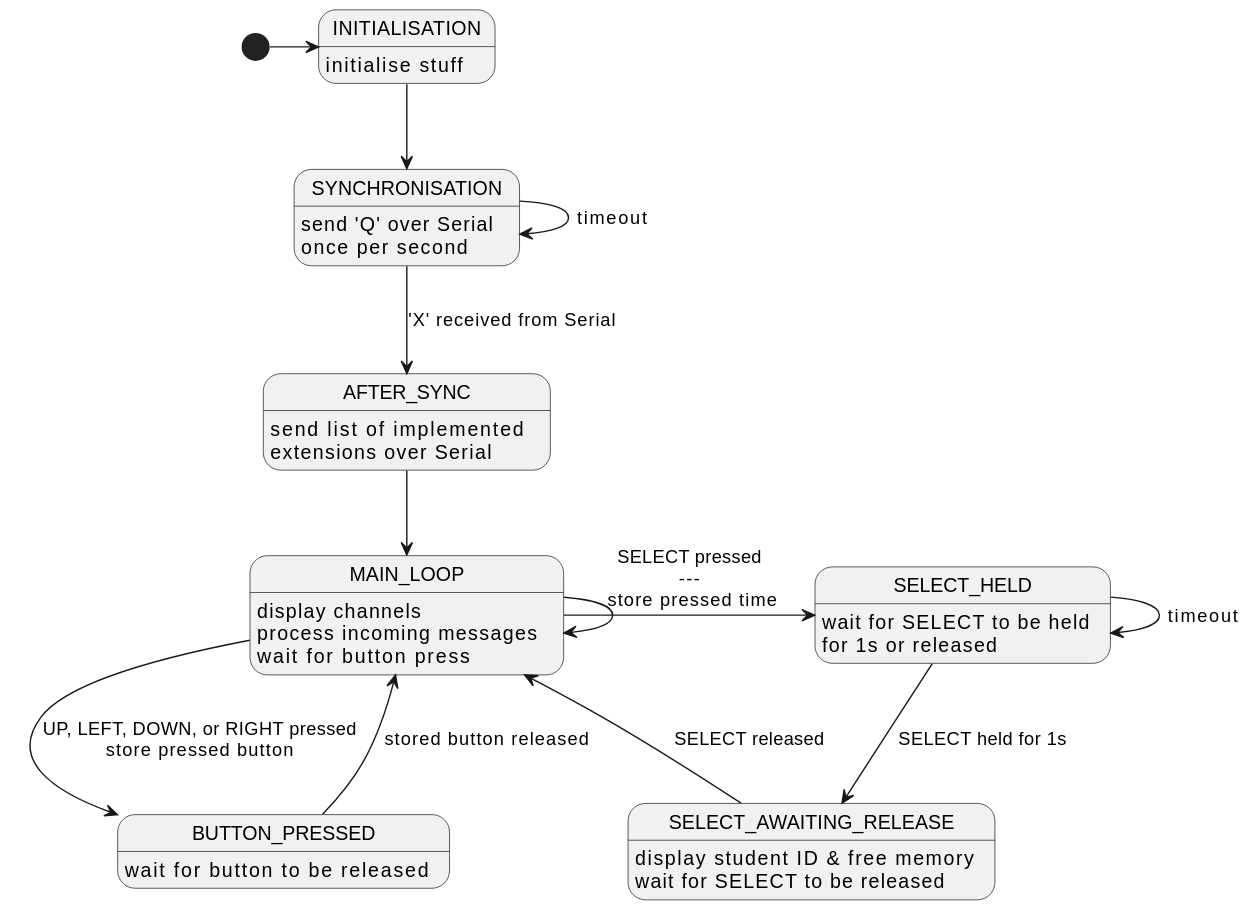
Above: fsm/main_fsm.svg in koolskateguy89/arduino_21coa202_cw (PlantUML), before the change. The source it was exported from:
```plantuml
@startuml
hide empty description

INITIALISATION: initialise stuff
SYNCHRONISATION: send 'Q' over Serial \nonce per second
AFTER_SYNC: send list of implemented \nextensions over Serial
MAIN_LOOP: display channels \nprocess incoming messages \nwait for button press
SELECT_HELD: wait for SELECT to be held\nfor 1s or released
SELECT_AWAITING_RELEASE: display student ID & free memory\nwait for SELECT to be released
BUTTON_PRESSED: wait for button to be released

[*] -> INITIALISATION
INITIALISATION --> SYNCHRONISATION
SYNCHRONISATION --> SYNCHRONISATION: timeout
SYNCHRONISATION --> AFTER_SYNC: 'X' received from Serial
AFTER_SYNC --> MAIN_LOOP

MAIN_LOOP --> MAIN_LOOP

MAIN_LOOP -right> SELECT_HELD: SELECT pressed\n---\n store pressed time
MAIN_LOOP -> BUTTON_PRESSED: UP, LEFT, DOWN, or RIGHT pressed\nstore pressed button

SELECT_HELD --> SELECT_HELD: timeout
SELECT_HELD --> SELECT_AWAITING_RELEASE: SELECT held for 1s
SELECT_AWAITING_RELEASE --> MAIN_LOOP: SELECT released

BUTTON_PRESSED --> MAIN_LOOP: stored button released
@enduml
```
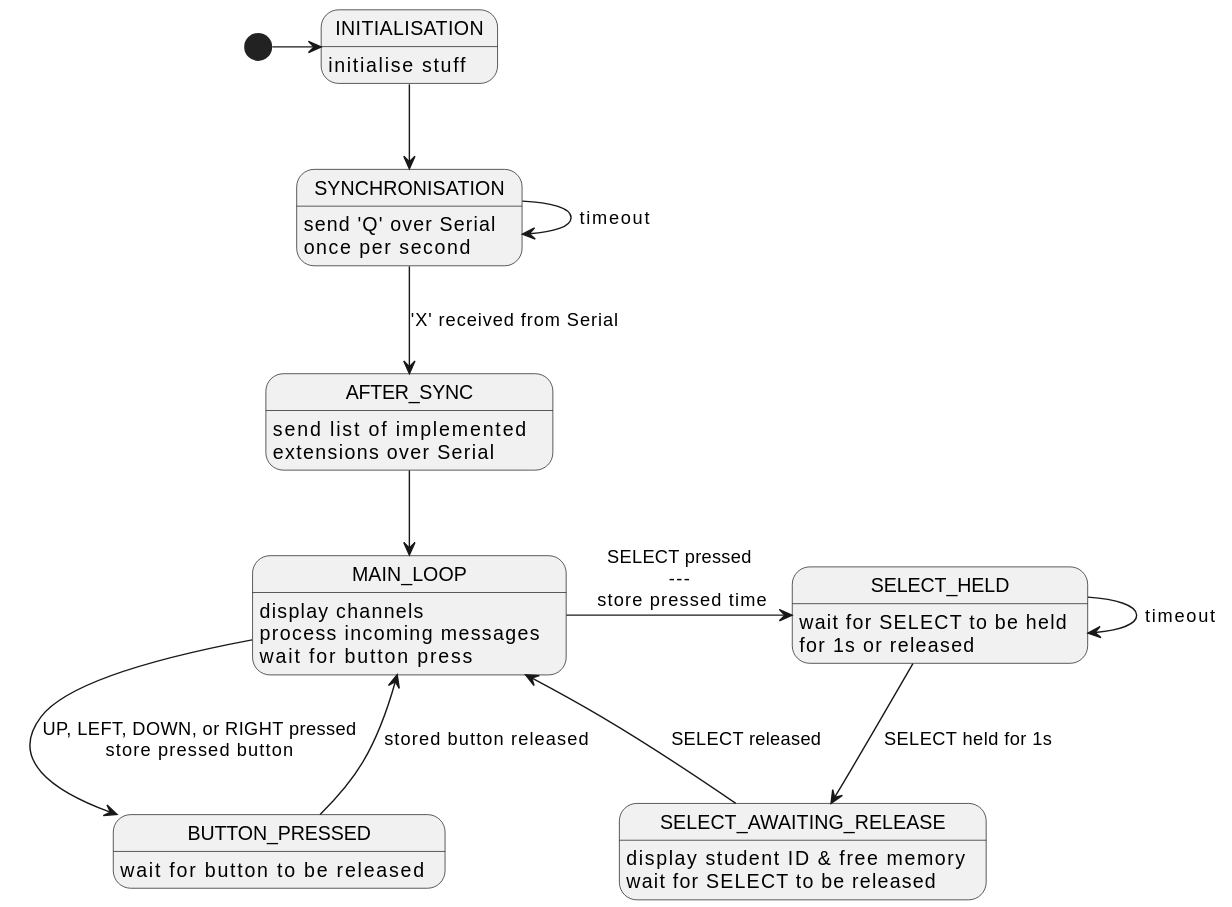
Later version of the same file.

Diff of the diagram source:
```diff
@@ -15,8 +15,6 @@
 SYNCHRONISATION --> AFTER_SYNC: 'X' received from Serial
 AFTER_SYNC --> MAIN_LOOP
 
-MAIN_LOOP --> MAIN_LOOP
-
 MAIN_LOOP -right> SELECT_HELD: SELECT pressed\n---\n store pressed time
 MAIN_LOOP -> BUTTON_PRESSED: UP, LEFT, DOWN, or RIGHT pressed\nstore pressed button
 
```
